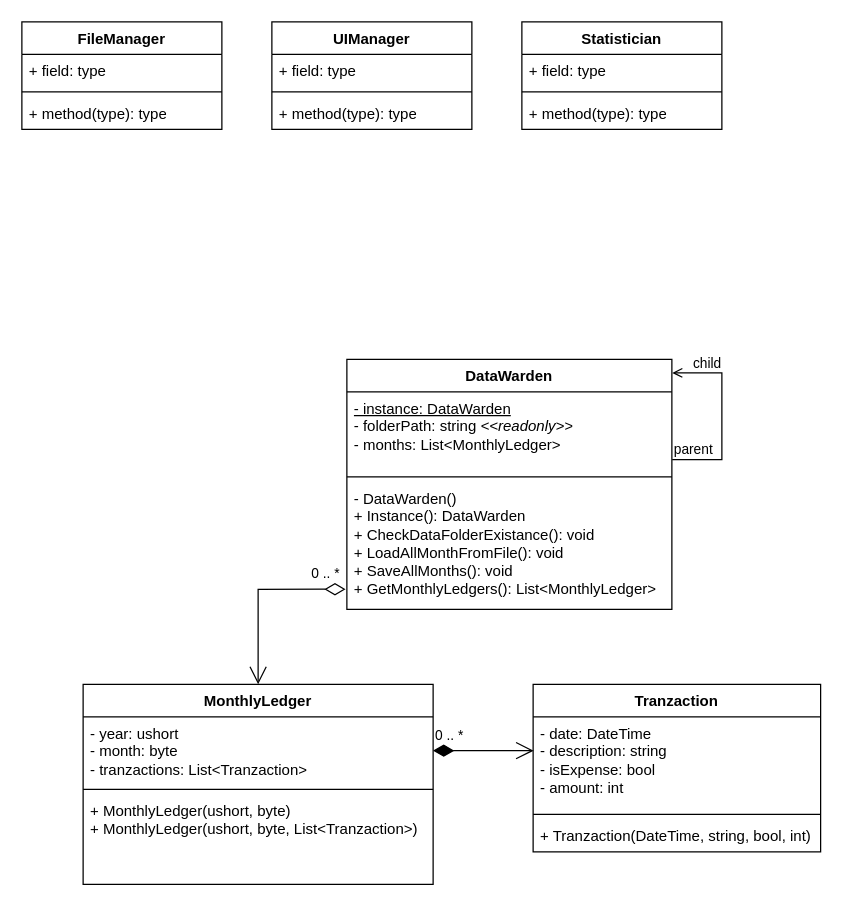
The draw.io diagram NA9ZHD/UML Osztaly diagram.drawio in Deftorm/csharpkurzus-25-koltsegnaplo, before the edit. Source tidied: cells renumbered, new cells numbered last; positions are measured from the earlier drawing's top-left corner, leaving out a move shared by most shapes. Both pictures are drawn from the tidied source at 125%, with x=0, y=0 at pixel (21, 21).
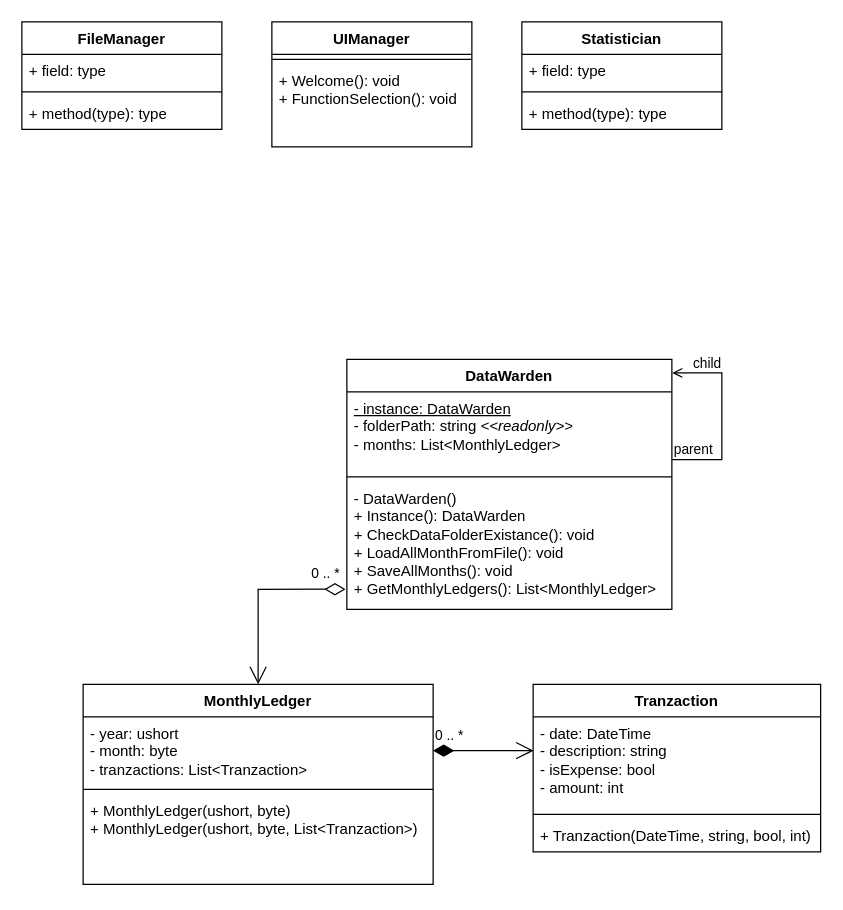
After the change.

What changed in the source:
```diff
@@
     <mxCell id="27" value="UIManager" style="swimlane;fontStyle=1;align=center;verticalAlign=top;horizontal=1;startSize=26;whiteSpace=wrap;html=1;" parent="1" vertex="1">
-      <mxGeometry x="200" width="160" height="86" as="geometry" />
+      <mxGeometry x="200" width="160" height="100" as="geometry" />
     </mxCell>
-    <mxCell id="28" value="+ field: type" style="text;strokeColor=none;fillColor=none;align=left;verticalAlign=top;spacingLeft=4;spacingRight=4;overflow=hidden;whiteSpace=wrap;html=1;" parent="27" vertex="1">
-      <mxGeometry y="26" width="160" height="26" as="geometry" />
-    </mxCell>
     <mxCell id="29" style="line;strokeWidth=1;fillColor=none;align=left;verticalAlign=middle;spacingTop=-1;spacingLeft=3;spacingRight=3;labelPosition=right;strokeColor=inherit;" parent="27" vertex="1">
-      <mxGeometry y="52" width="160" height="8" as="geometry" />
+      <mxGeometry y="26" width="160" height="8" as="geometry" />
     </mxCell>
-    <mxCell id="30" value="+ method(type): type" style="text;strokeColor=none;fillColor=none;align=left;verticalAlign=top;spacingLeft=4;spacingRight=4;overflow=hidden;whiteSpace=wrap;html=1;" parent="27" vertex="1">
-      <mxGeometry y="60" width="160" height="26" as="geometry" />
+    <mxCell id="30" value="+ Welcome(): void&lt;br&gt;+ FunctionSelection(): void" style="text;strokeColor=none;fillColor=none;align=left;verticalAlign=top;spacingLeft=4;spacingRight=4;overflow=hidden;whiteSpace=wrap;html=1;" parent="27" vertex="1">
+      <mxGeometry y="34" width="160" height="66" as="geometry" />
     </mxCell>
```
